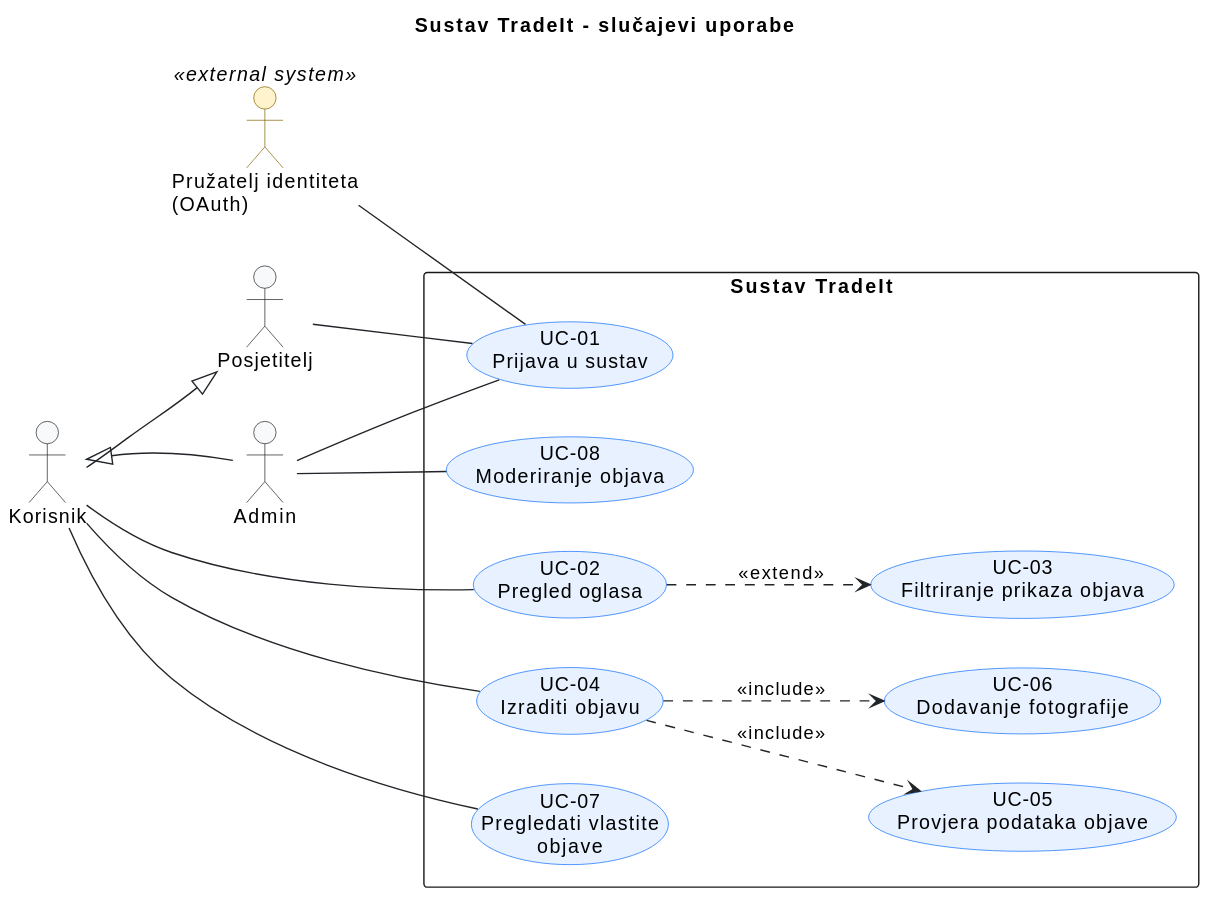
tradeit-fer/rentit keeps this PlantUML diagram as docs/assets/diagrams/use-case-diagram.svg. Above is the earlier version.
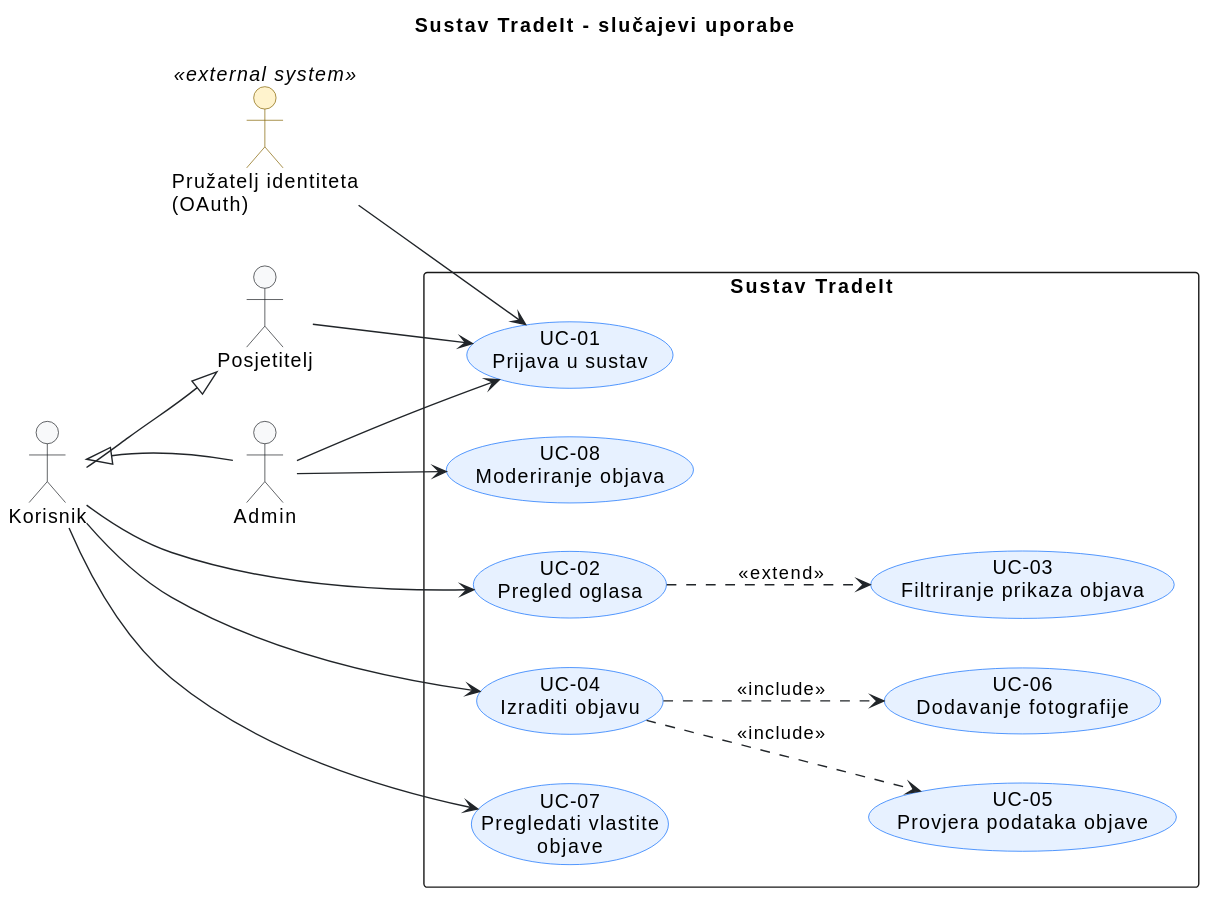
Later version of the same file.

Change to the diagram source:
```diff
@@ -48,14 +48,14 @@
 
 }
 
-Admin -- UC_Login
-Admin -- UC_Moderate
-Visitor -- UC_Login
-User -- UC_Browse
-User -- UC_Create
-User -- UC_MyPosts
+Admin --> UC_Login
+Admin --> UC_Moderate
+Visitor --> UC_Login
+User --> UC_Browse
+User --> UC_Create
+User --> UC_MyPosts
 
-Auth -- UC_Login
+Auth --> UC_Login
 
 UC_Create ..> UC_UploadPhoto : <<include>>
 UC_Create ..> UC_ValidatePost : <<include>>
```
